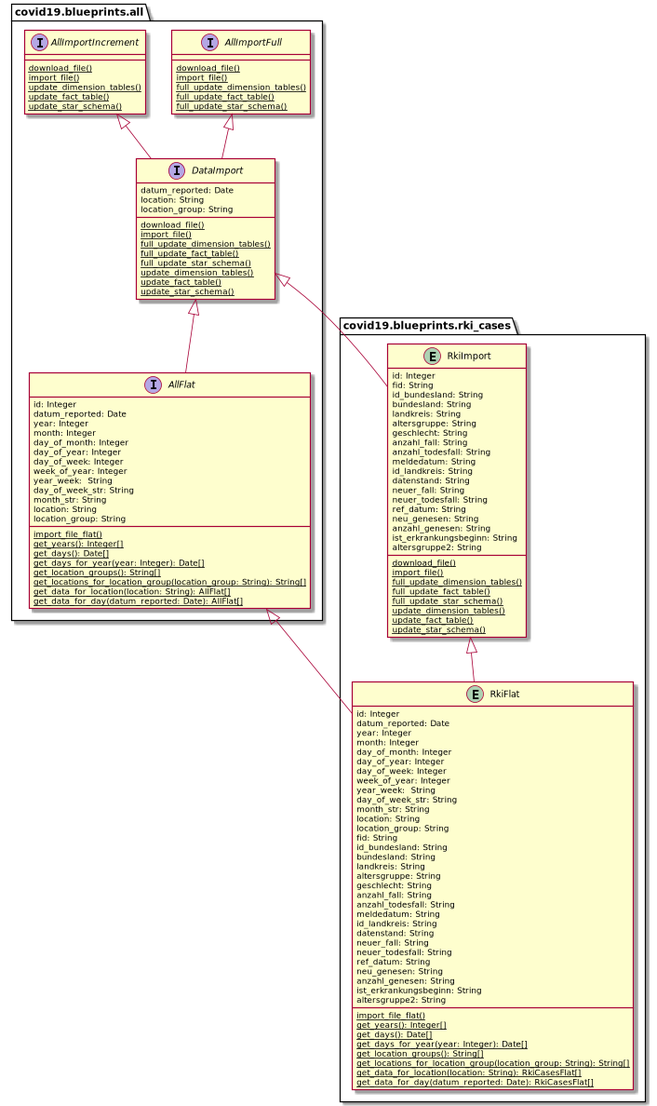
This is docs/uml/data_rki/rki_cases_domain_model_import.png from thomaswoehlke/flask_covid19, a PlantUML export, as it was before one commit. Its diagram source:
```plantuml
@startuml

package covid19.blueprints.all {

	interface AllImportFull {
		{classifier} download_file()
		{classifier} import_file()
		{classifier} full_update_dimension_tables()
		{classifier} full_update_fact_table()
		{classifier} full_update_star_schema()
	}

	interface AllImportIncrement {
		{classifier} download_file()
		{classifier} import_file()
		{classifier} update_dimension_tables()
		{classifier} update_fact_table()
		{classifier} update_star_schema()
	}

	interface DataImport {
	    datum_reported: Date
		location: String
		location_group: String
		{classifier} download_file()
		{classifier} import_file()
		{classifier} full_update_dimension_tables()
		{classifier} full_update_fact_table()
		{classifier} full_update_star_schema()
		{classifier} update_dimension_tables()
		{classifier} update_fact_table()
		{classifier} update_star_schema()
	}

	interface AllFlat {
	    id: Integer
	    datum_reported: Date
	    year: Integer
	    month: Integer
	    day_of_month: Integer
		day_of_year: Integer
	    day_of_week: Integer
	    week_of_year: Integer
	    year_week:  String
	    day_of_week_str: String
		month_str: String
		location: String
		location_group: String
		{classifier} import_file_flat()
		{classifier} get_years(): Integer[]
		{classifier} get_days(): Date[]
		{classifier} get_days_for_year(year: Integer): Date[]
		{classifier} get_location_groups(): String[]
		{classifier} get_locations_for_location_group(location_group: String): String[]
		{classifier} get_data_for_location(location: String): AllFlat[]
		{classifier} get_data_for_day(datum_reported: Date): AllFlat[]
	}

}

package covid19.blueprints.rki_cases {

	entity RkiImport {
		id: Integer
	    fid: String
	    id_bundesland: String
	    bundesland: String
	    landkreis: String
	    altersgruppe: String
	    geschlecht: String
	    anzahl_fall: String
	    anzahl_todesfall: String
	    meldedatum: String
	    id_landkreis: String
	    datenstand: String
	    neuer_fall: String
	    neuer_todesfall: String
	    ref_datum: String
	    neu_genesen: String
	    anzahl_genesen: String
	    ist_erkrankungsbeginn: String
	    altersgruppe2: String
		{classifier} download_file()
		{classifier} import_file()
		{classifier} full_update_dimension_tables()
		{classifier} full_update_fact_table()
		{classifier} full_update_star_schema()
		{classifier} update_dimension_tables()
		{classifier} update_fact_table()
		{classifier} update_star_schema()
	}

	entity RkiFlat {
	    id: Integer
	    datum_reported: Date
	    year: Integer
	    month: Integer
	    day_of_month: Integer
		day_of_year: Integer
	    day_of_week: Integer
	    week_of_year: Integer
	    year_week:  String
	    day_of_week_str: String
		month_str: String
		location: String
		location_group: String
	    fid: String
	    id_bundesland: String
	    bundesland: String
	    landkreis: String
	    altersgruppe: String
	    geschlecht: String
	    anzahl_fall: String
	    anzahl_todesfall: String
	    meldedatum: String
	    id_landkreis: String
	    datenstand: String
	    neuer_fall: String
	    neuer_todesfall: String
	    ref_datum: String
	    neu_genesen: String
	    anzahl_genesen: String
	    ist_erkrankungsbeginn: String
	    altersgruppe2: String
		{classifier} import_file_flat()
		{classifier} get_years(): Integer[]
		{classifier} get_days(): Date[]
		{classifier} get_days_for_year(year: Integer): Date[]
		{classifier} get_location_groups(): String[]
		{classifier} get_locations_for_location_group(location_group: String): String[]
		{classifier} get_data_for_location(location: String): RkiCasesFlat[]
		{classifier} get_data_for_day(datum_reported: Date): RkiCasesFlat[]
	}

}

AllImportFull <|-- DataImport
AllImportIncrement <|-- DataImport
DataImport <|-- AllFlat
DataImport <|-- RkiImport
AllFlat <|-- RkiFlat
RkiImport <|-- RkiFlat
@enduml
```
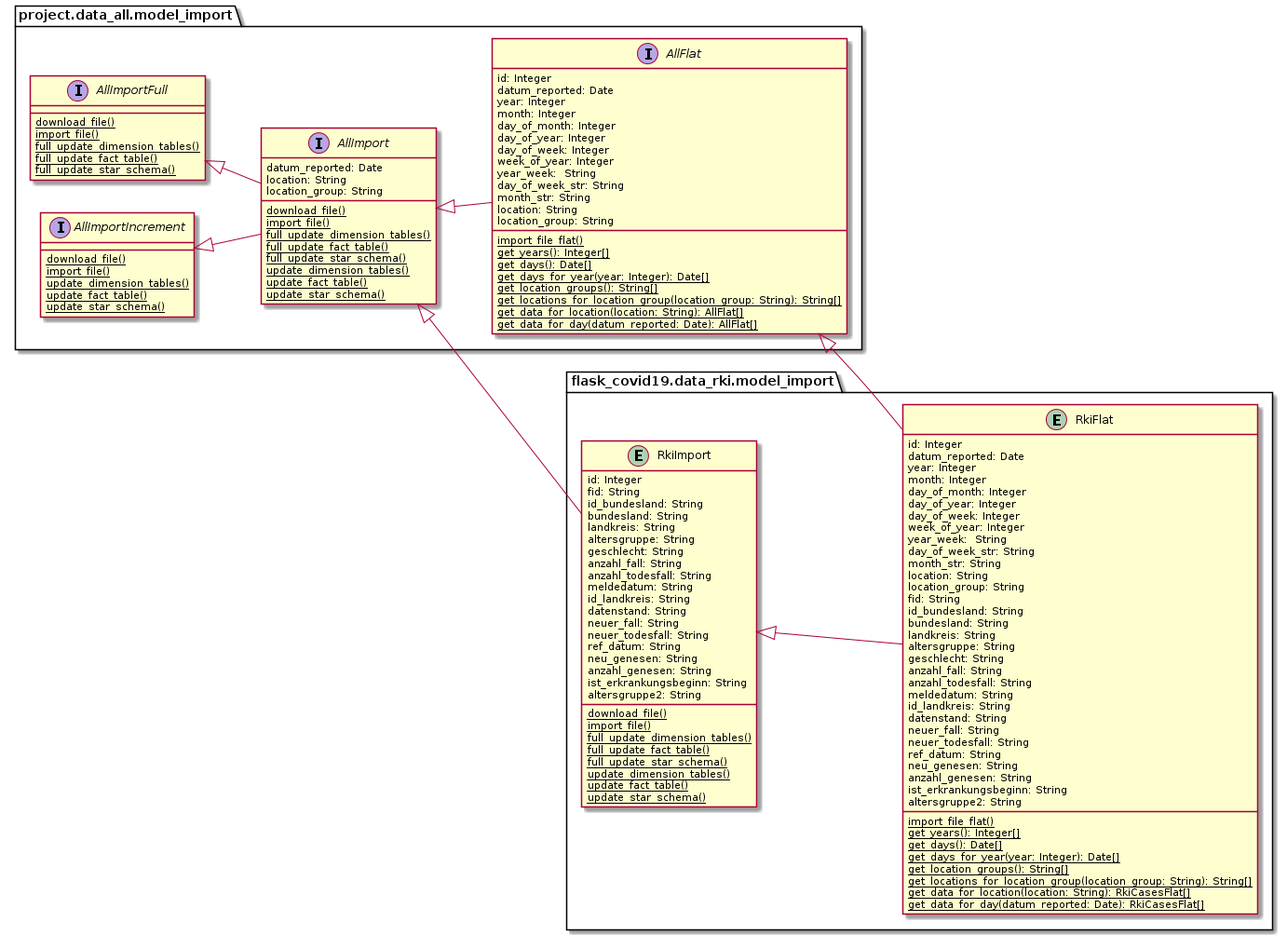
After the change.

Diff of the diagram source:
```diff
@@ -1,6 +1,7 @@
 @startuml
+left to right direction
 
-package covid19.blueprints.all {
+package project.data_all.model_import {
 
 	interface AllImportFull {
 		{classifier} download_file()
@@ -18,7 +19,7 @@
 		{classifier} update_star_schema()
 	}
 
-	interface DataImport {
+	interface AllImport {
 	    datum_reported: Date
 		location: String
 		location_group: String
@@ -58,7 +59,7 @@
 
 }
 
-package covid19.blueprints.rki_cases {
+package flask_covid19.data_rki.model_import {
 
 	entity RkiImport {
 		id: Integer
@@ -134,10 +135,11 @@
 
 }
 
-AllImportFull <|-- DataImport
-AllImportIncrement <|-- DataImport
-DataImport <|-- AllFlat
-DataImport <|-- RkiImport
+AllImportFull <|-- AllImport
+AllImportIncrement <|-- AllImport
+AllImport <|-- AllFlat
+AllImport <|-- RkiImport
 AllFlat <|-- RkiFlat
 RkiImport <|-- RkiFlat
+
 @enduml
```
